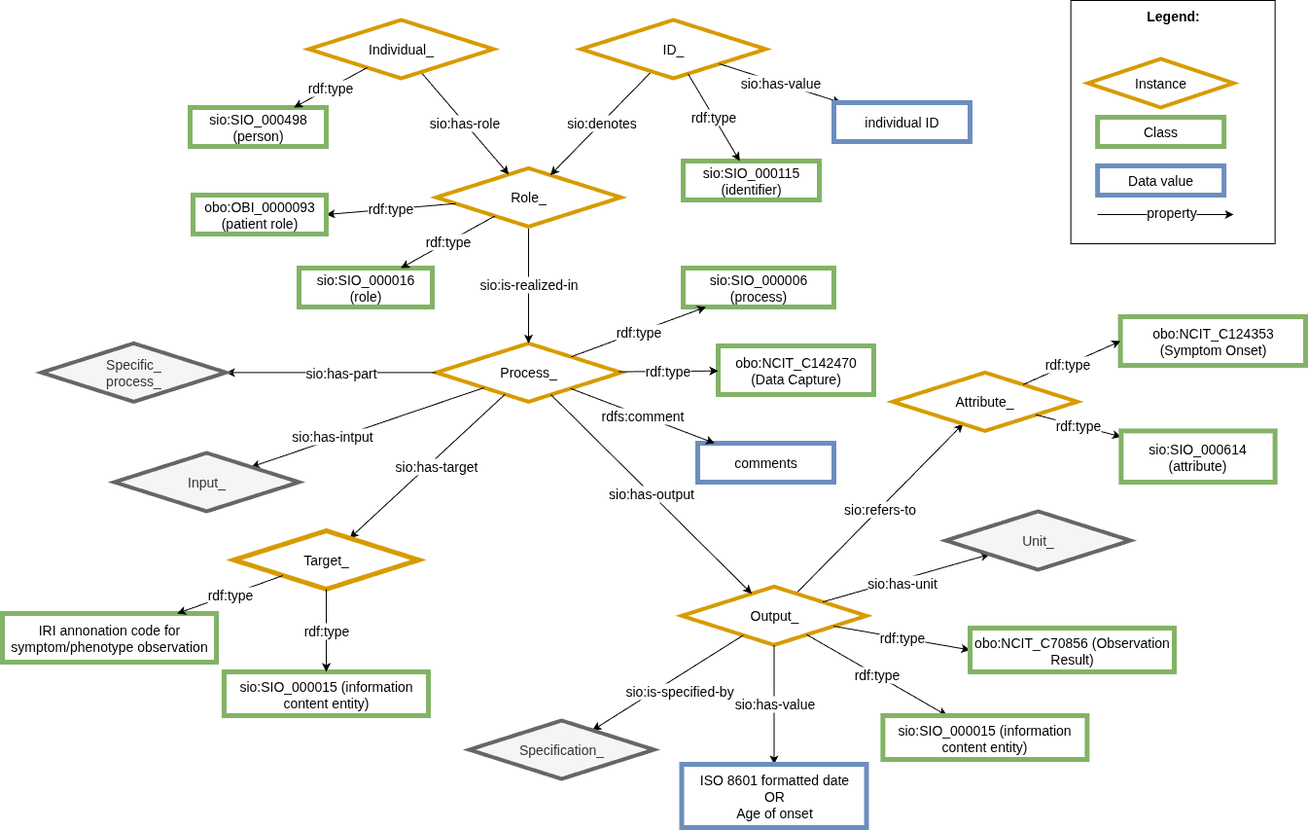
CARE-SM/CARE-Semantic-Model keeps this draw.io diagram as images/CARE-SM-Symptoms_onset.drawio.png. Above is the earlier version. Source tidied: cells renumbered, new cells last; positions are measured from the earlier drawing's top-left corner, leaving out a move shared by most shapes.
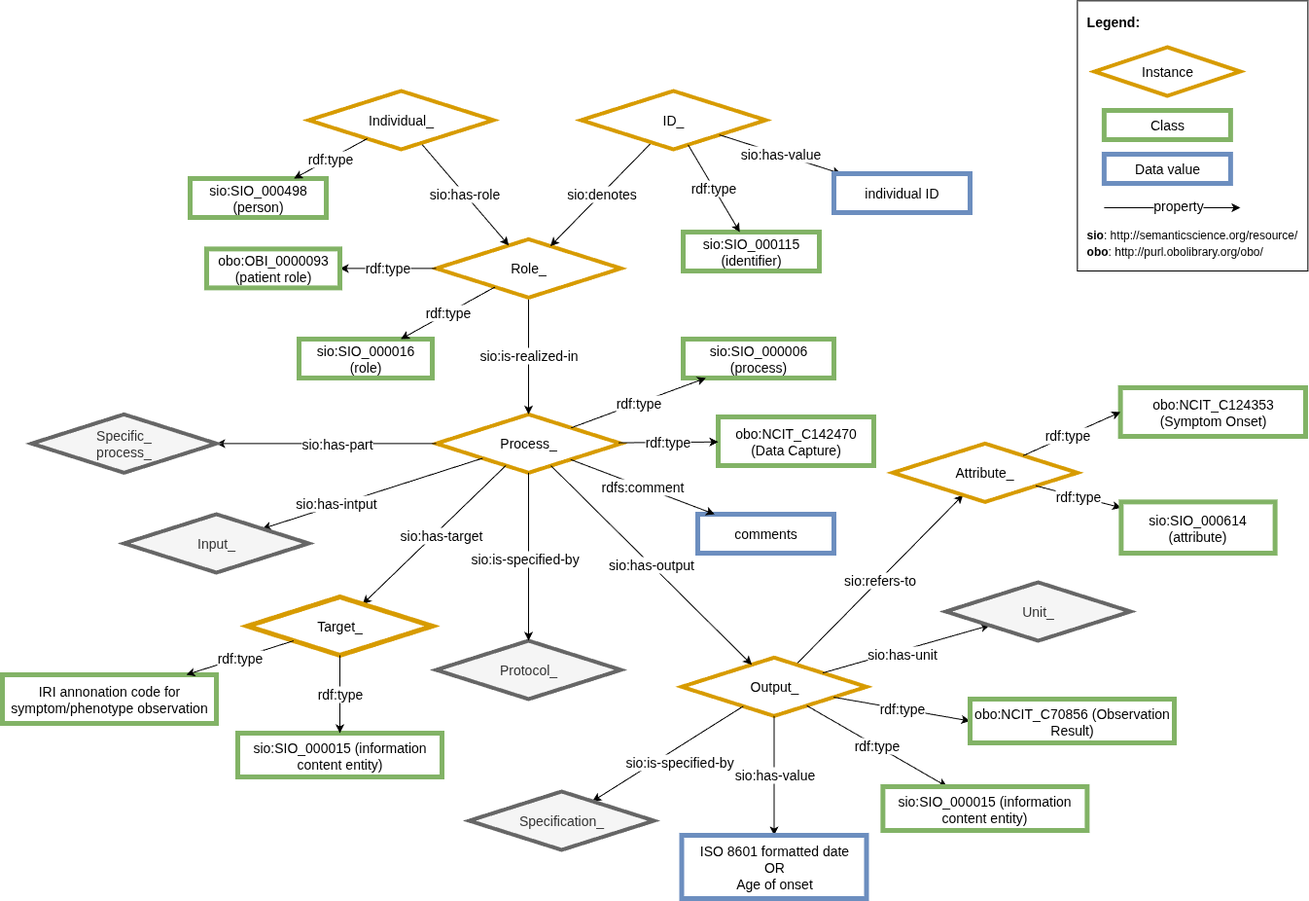
The same diagram one commit later.

Change to the diagram source:
```diff
@@ -76,7 +76,7 @@
       <mxGeometry x="480" y="740" width="190" height="60" as="geometry" />
     </mxCell>
     <mxCell id="25" value="Input_" style="rhombus;whiteSpace=wrap;html=1;fillColor=#f5f5f5;strokeColor=#666666;perimeter=rhombusPerimeter;arcSize=20;comic=0;enumerate=0;strokeWidth=4;rounded=0;fontSize=14;fontColor=#333333;" parent="1" vertex="1">
-      <mxGeometry x="115" y="465" width="190" height="60" as="geometry" />
+      <mxGeometry x="125" y="455" width="190" height="60" as="geometry" />
     </mxCell>
     <mxCell id="26" style="edgeStyle=none;rounded=0;jettySize=auto;html=1;fontSize=14;" parent="1" edge="1" source="3" target="28">
       <mxGeometry relative="1" as="geometry" />
@@ -89,24 +89,6 @@
     <mxCell id="28" value="Unit_" style="rhombus;whiteSpace=wrap;html=1;fillColor=#f5f5f5;strokeColor=#666666;perimeter=rhombusPerimeter;arcSize=20;comic=0;enumerate=0;strokeWidth=4;rounded=0;fontSize=14;fontColor=#333333;" parent="1" vertex="1">
       <mxGeometry x="970" y="525" width="190" height="60" as="geometry" />
     </mxCell>
-    <mxCell id="29" value="&lt;div style=&quot;text-align: left; font-size: 14px;&quot;&gt;&lt;span style=&quot;background-color: initial; font-size: 14px;&quot;&gt;&lt;b style=&quot;font-size: 14px;&quot;&gt;&lt;font style=&quot;font-size: 14px;&quot;&gt;Legend:&lt;/font&gt;&lt;/b&gt;&lt;/span&gt;&lt;/div&gt;&lt;div style=&quot;text-align: left; font-size: 14px;&quot;&gt;&lt;span style=&quot;background-color: initial; font-size: 14px;&quot;&gt;&lt;br style=&quot;font-size: 14px;&quot;&gt;&lt;/span&gt;&lt;/div&gt;&lt;div style=&quot;text-align: left; font-size: 14px;&quot;&gt;&lt;span style=&quot;background-color: initial; font-size: 14px;&quot;&gt;&lt;br style=&quot;font-size: 14px;&quot;&gt;&lt;/span&gt;&lt;/div&gt;&lt;div style=&quot;text-align: left; font-size: 14px;&quot;&gt;&lt;span style=&quot;background-color: initial; font-size: 14px;&quot;&gt;&lt;br style=&quot;font-size: 14px;&quot;&gt;&lt;/span&gt;&lt;/div&gt;&lt;div style=&quot;text-align: left; font-size: 14px;&quot;&gt;&lt;br style=&quot;font-size: 14px;&quot;&gt;&lt;/div&gt;&lt;div style=&quot;text-align: left; font-size: 14px;&quot;&gt;&lt;br style=&quot;font-size: 14px;&quot;&gt;&lt;/div&gt;&lt;div style=&quot;text-align: left; font-size: 14px;&quot;&gt;&lt;br style=&quot;font-size: 14px;&quot;&gt;&lt;/div&gt;&lt;div style=&quot;text-align: left; font-size: 14px;&quot;&gt;&lt;br style=&quot;font-size: 14px;&quot;&gt;&lt;/div&gt;&lt;div style=&quot;text-align: left; font-size: 14px;&quot;&gt;&lt;br style=&quot;font-size: 14px;&quot;&gt;&lt;/div&gt;&lt;div style=&quot;text-align: left; font-size: 14px;&quot;&gt;&lt;span style=&quot;background-color: initial; font-size: 14px;&quot;&gt;&lt;br style=&quot;font-size: 14px;&quot;&gt;&lt;/span&gt;&lt;/div&gt;&lt;div style=&quot;text-align: left; font-size: 14px;&quot;&gt;&lt;span style=&quot;background-color: initial; font-size: 14px;&quot;&gt;&lt;br style=&quot;font-size: 14px;&quot;&gt;&lt;/span&gt;&lt;/div&gt;&lt;div style=&quot;text-align: left; font-size: 14px;&quot;&gt;&lt;span style=&quot;background-color: initial; font-size: 14px;&quot;&gt;&lt;br style=&quot;font-size: 14px;&quot;&gt;&lt;/span&gt;&lt;/div&gt;&lt;div style=&quot;text-align: left; font-size: 14px;&quot;&gt;&lt;span style=&quot;background-color: initial; font-size: 14px;&quot;&gt;&lt;br style=&quot;font-size: 14px;&quot;&gt;&lt;/span&gt;&lt;/div&gt;&lt;div style=&quot;text-align: left; font-size: 14px;&quot;&gt;&lt;span style=&quot;background-color: initial; font-size: 14px;&quot;&gt;&lt;br style=&quot;font-size: 14px;&quot;&gt;&lt;/span&gt;&lt;/div&gt;" style="rounded=0;whiteSpace=wrap;html=1;fontSize=14;" parent="1" vertex="1">
-      <mxGeometry x="1098.6" width="210" height="250" as="geometry" />
-    </mxCell>
-    <mxCell id="30" value="Class" style="whiteSpace=wrap;html=1;fillColor=#FFFFFF;strokeColor=#82b366;strokeWidth=5;fontSize=14;" parent="1" vertex="1">
-      <mxGeometry x="1126.1" y="120" width="130" height="30" as="geometry" />
-    </mxCell>
-    <mxCell id="31" value="Instance" style="rhombus;whiteSpace=wrap;html=1;fillColor=#FFFFFF;strokeColor=#D79B00;rotation=0;perimeter=rhombusPerimeter;arcSize=20;comic=0;enumerate=0;strokeWidth=4;rounded=0;fontSize=14;" parent="1" vertex="1">
-      <mxGeometry x="1116.1" y="60" width="150" height="50" as="geometry" />
-    </mxCell>
-    <mxCell id="32" value="Data value" style="whiteSpace=wrap;html=1;fillColor=#FFFFFF;strokeColor=#6c8ebf;strokeWidth=5;fontSize=14;" parent="1" vertex="1">
-      <mxGeometry x="1126.1" y="170" width="130" height="30" as="geometry" />
-    </mxCell>
-    <mxCell id="33" value="property" style="rounded=0;orthogonalLoop=1;jettySize=auto;html=1;exitX=1;exitY=1;exitDx=0;exitDy=0;fontSize=14;" parent="1" edge="1">
-      <mxGeometry x="0.09" y="2" relative="1" as="geometry">
-        <mxPoint x="1126.1" y="220" as="sourcePoint" />
-        <mxPoint x="1266.1" y="220" as="targetPoint" />
-      </mxGeometry>
-    </mxCell>
     <mxCell id="34" value="rdf:type" style="edgeStyle=none;rounded=0;jettySize=auto;html=1;fontSize=14;" parent="1" edge="1" source="13" target="19">
       <mxGeometry relative="1" as="geometry" />
     </mxCell>
@@ -130,7 +112,7 @@
       </mxGeometry>
     </mxCell>
     <mxCell id="40" value="Specific_&lt;div style=&quot;font-size: 14px;&quot;&gt;process_&lt;/div&gt;" style="rhombus;whiteSpace=wrap;html=1;fillColor=#f5f5f5;strokeColor=#666666;perimeter=rhombusPerimeter;arcSize=20;comic=0;enumerate=0;strokeWidth=4;rounded=0;fontSize=14;fontColor=#333333;" parent="1" vertex="1">
-      <mxGeometry x="40" y="352.4" width="190" height="60" as="geometry" />
+      <mxGeometry x="30" y="352.4" width="190" height="60" as="geometry" />
     </mxCell>
     <mxCell id="41" value="rdf:type" style="edgeStyle=none;rounded=0;jettySize=auto;html=1;fontSize=14;" parent="1" edge="1" source="9" target="17">
       <mxGeometry relative="1" as="geometry" />
@@ -160,7 +142,7 @@
       <mxGeometry relative="1" as="geometry" />
     </mxCell>
     <mxCell id="50" value="&lt;font style=&quot;font-size: 14px;&quot;&gt;obo:OBI_0000093 (patient role)&lt;/font&gt;" style="whiteSpace=wrap;html=1;fillColor=#FFFFFF;strokeColor=#82b366;strokeWidth=5;fontSize=14;" parent="1" vertex="1">
-      <mxGeometry x="196" y="200" width="137" height="40" as="geometry" />
+      <mxGeometry x="210" y="182.4" width="137" height="40" as="geometry" />
     </mxCell>
     <mxCell id="51" value="sio:has-value" style="rounded=0;jettySize=auto;html=1;fontSize=14;" parent="1" edge="1" source="11" target="52">
       <mxGeometry relative="1" as="geometry" />
@@ -184,13 +166,13 @@
       <mxGeometry relative="1" as="geometry" />
     </mxCell>
     <mxCell id="58" value="Target_" style="rhombus;whiteSpace=wrap;html=1;fillColor=#FFFFFF;strokeColor=#d79b00;strokeWidth=5;fontSize=14;" parent="1" vertex="1">
-      <mxGeometry x="238" y="545" width="190" height="60" as="geometry" />
+      <mxGeometry x="252" y="540" width="190" height="60" as="geometry" />
     </mxCell>
     <mxCell id="59" value="&lt;font style=&quot;font-size: 14px;&quot;&gt;sio:SIO_000015 (information content entity)&lt;/font&gt;" style="whiteSpace=wrap;html=1;fillColor=#FFFFFF;strokeColor=#82b366;strokeWidth=5;fontSize=14;" parent="1" vertex="1">
-      <mxGeometry x="228" y="690" width="210" height="45" as="geometry" />
+      <mxGeometry x="242" y="680" width="210" height="45" as="geometry" />
     </mxCell>
     <mxCell id="60" value="&lt;div style=&quot;border-color: var(--border-color); font-size: 14px;&quot;&gt;IRI annonation code for symptom/phenotype observation&lt;/div&gt;" style="whiteSpace=wrap;html=1;fillColor=#FFFFFF;strokeColor=#82b366;strokeWidth=5;fontSize=14;" parent="1" vertex="1">
-      <mxGeometry y="630" width="220" height="50" as="geometry" />
+      <mxGeometry y="620" width="220" height="50" as="geometry" />
     </mxCell>
     <mxCell id="61" value="rdf:type" style="edgeStyle=none;rounded=0;jettySize=auto;html=1;fontSize=14;" parent="1" edge="1" source="58" target="59">
       <mxGeometry relative="1" as="geometry" />
@@ -198,5 +180,34 @@
     <mxCell id="62" value="rdf:type" style="edgeStyle=none;rounded=0;jettySize=auto;html=1;fontSize=14;" parent="1" edge="1" source="58" target="60">
       <mxGeometry relative="1" as="geometry" />
     </mxCell>
+    <mxCell id="63" value="Protocol_" style="rhombus;whiteSpace=wrap;html=1;fillColor=#f5f5f5;strokeColor=#666666;perimeter=rhombusPerimeter;arcSize=20;comic=0;enumerate=0;strokeWidth=4;rounded=0;fontSize=14;fontColor=#333333;" parent="1" vertex="1">
+      <mxGeometry x="446" y="585" width="190" height="60" as="geometry" />
+    </mxCell>
+    <mxCell id="64" style="edgeStyle=none;rounded=0;jettySize=auto;html=1;strokeWidth=1;fontSize=14;" parent="1" edge="1" source="4" target="63">
+      <mxGeometry relative="1" as="geometry" />
+    </mxCell>
+    <mxCell id="65" value="sio:is-specified-by" style="edgeLabel;html=1;align=center;verticalAlign=middle;fontSize=14;" parent="64" vertex="1">
+      <mxGeometry x="-0.21" y="-1" relative="1" as="geometry">
+        <mxPoint x="-4" y="19" as="offset" />
+      </mxGeometry>
+    </mxCell>
+    <mxCell id="66" value="&lt;div style=&quot;text-align: left; font-size: 14px;&quot;&gt;&lt;span style=&quot;background-color: initial; font-size: 14px;&quot;&gt;&lt;b style=&quot;font-size: 14px;&quot;&gt;&lt;font style=&quot;font-size: 14px;&quot;&gt;Legend:&lt;/font&gt;&lt;/b&gt;&lt;/span&gt;&lt;/div&gt;&lt;div style=&quot;text-align: left; font-size: 14px;&quot;&gt;&lt;span style=&quot;background-color: initial; font-size: 14px;&quot;&gt;&lt;br style=&quot;font-size: 14px;&quot;&gt;&lt;/span&gt;&lt;/div&gt;&lt;div style=&quot;text-align: left; font-size: 14px;&quot;&gt;&lt;span style=&quot;background-color: initial; font-size: 14px;&quot;&gt;&lt;br style=&quot;font-size: 14px;&quot;&gt;&lt;/span&gt;&lt;/div&gt;&lt;div style=&quot;text-align: left; font-size: 14px;&quot;&gt;&lt;span style=&quot;background-color: initial; font-size: 14px;&quot;&gt;&lt;br style=&quot;font-size: 14px;&quot;&gt;&lt;/span&gt;&lt;/div&gt;&lt;div style=&quot;text-align: left; font-size: 14px;&quot;&gt;&lt;br style=&quot;font-size: 14px;&quot;&gt;&lt;/div&gt;&lt;div style=&quot;text-align: left; font-size: 14px;&quot;&gt;&lt;br style=&quot;font-size: 14px;&quot;&gt;&lt;/div&gt;&lt;div style=&quot;text-align: left; font-size: 14px;&quot;&gt;&lt;br style=&quot;font-size: 14px;&quot;&gt;&lt;/div&gt;&lt;div style=&quot;text-align: left; font-size: 14px;&quot;&gt;&lt;br style=&quot;font-size: 14px;&quot;&gt;&lt;/div&gt;&lt;div style=&quot;text-align: left; font-size: 14px;&quot;&gt;&lt;br style=&quot;font-size: 14px;&quot;&gt;&lt;/div&gt;&lt;div style=&quot;text-align: left; font-size: 14px;&quot;&gt;&lt;span style=&quot;background-color: initial; font-size: 14px;&quot;&gt;&lt;br style=&quot;font-size: 14px;&quot;&gt;&lt;/span&gt;&lt;/div&gt;&lt;div style=&quot;text-align: left; font-size: 14px;&quot;&gt;&lt;span style=&quot;background-color: initial; font-size: 14px;&quot;&gt;&lt;br style=&quot;font-size: 14px;&quot;&gt;&lt;/span&gt;&lt;/div&gt;&lt;div style=&quot;text-align: left; font-size: 14px;&quot;&gt;&lt;span style=&quot;background-color: initial; font-size: 14px;&quot;&gt;&lt;br style=&quot;font-size: 14px;&quot;&gt;&lt;/span&gt;&lt;/div&gt;&lt;div style=&quot;text-align: left; font-size: 14px;&quot;&gt;&lt;span style=&quot;background-color: initial; font-size: 14px;&quot;&gt;&lt;br style=&quot;font-size: 14px;&quot;&gt;&lt;/span&gt;&lt;/div&gt;&lt;div style=&quot;text-align: left; font-size: 14px;&quot;&gt;&lt;b style=&quot;background-color: transparent; color: light-dark(rgb(0, 0, 0), rgb(255, 255, 255)); font-size: 12px; text-align: center;&quot;&gt;sio&lt;/b&gt;&lt;span style=&quot;background-color: transparent; color: light-dark(rgb(0, 0, 0), rgb(255, 255, 255)); font-size: 12px; text-align: center;&quot;&gt;: http://semanticscience.org/resource/&lt;/span&gt;&lt;/div&gt;&lt;div style=&quot;text-align: left;&quot;&gt;&lt;span style=&quot;font-size: 12px; background-color: transparent; color: light-dark(rgb(0, 0, 0), rgb(255, 255, 255)); text-align: center;&quot;&gt;&lt;b&gt;obo&lt;/b&gt;:&amp;nbsp;&lt;/span&gt;&lt;span style=&quot;background-color: transparent; text-align: center; font-size: 12px;&quot;&gt;http://purl.obolibrary.org/obo/&lt;/span&gt;&lt;/div&gt;" style="rounded=0;whiteSpace=wrap;html=1;fontSize=14;" parent="1" vertex="1">
+      <mxGeometry x="1105.4" y="-72.6" width="237" height="277.6" as="geometry" />
+    </mxCell>
+    <mxCell id="30" value="Class" style="whiteSpace=wrap;html=1;fillColor=#FFFFFF;strokeColor=#82b366;strokeWidth=5;fontSize=14;" parent="1" vertex="1">
+      <mxGeometry x="1132.9" y="40" width="130" height="30" as="geometry" />
+    </mxCell>
+    <mxCell id="31" value="Instance" style="rhombus;whiteSpace=wrap;html=1;fillColor=#FFFFFF;strokeColor=#D79B00;rotation=0;perimeter=rhombusPerimeter;arcSize=20;comic=0;enumerate=0;strokeWidth=4;rounded=0;fontSize=14;" parent="1" vertex="1">
+      <mxGeometry x="1122.9" y="-25" width="150" height="50" as="geometry" />
+    </mxCell>
+    <mxCell id="32" value="Data value" style="whiteSpace=wrap;html=1;fillColor=#FFFFFF;strokeColor=#6c8ebf;strokeWidth=5;fontSize=14;" parent="1" vertex="1">
+      <mxGeometry x="1132.9" y="85" width="130" height="30" as="geometry" />
+    </mxCell>
+    <mxCell id="33" value="property" style="rounded=0;orthogonalLoop=1;jettySize=auto;html=1;exitX=1;exitY=1;exitDx=0;exitDy=0;fontSize=14;" parent="1" edge="1">
+      <mxGeometry x="0.09" y="2" relative="1" as="geometry">
+        <mxPoint x="1132.9" y="140" as="sourcePoint" />
+        <mxPoint x="1272.9" y="140" as="targetPoint" />
+      </mxGeometry>
+    </mxCell>
   </root>
 </mxGraphModel>
```
